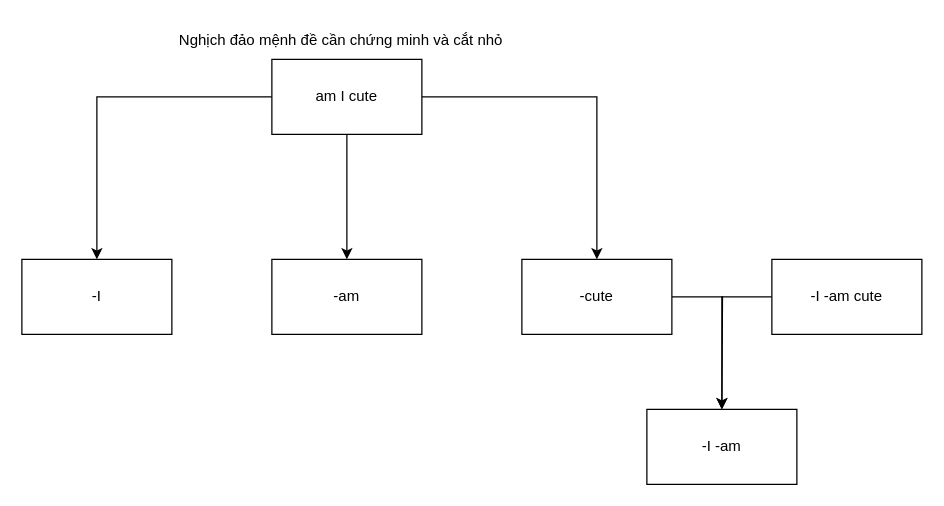
The draw.io diagram rainbow logic.drawio in frozenproof/dactaphanmem, before the edit. Source tidied: cells renumbered, new cells numbered last; positions are measured from the earlier drawing's top-left corner, leaving out a move shared by most shapes. Both pictures are drawn from the tidied source at 125%, with x=0, y=0 at pixel (21, 21).
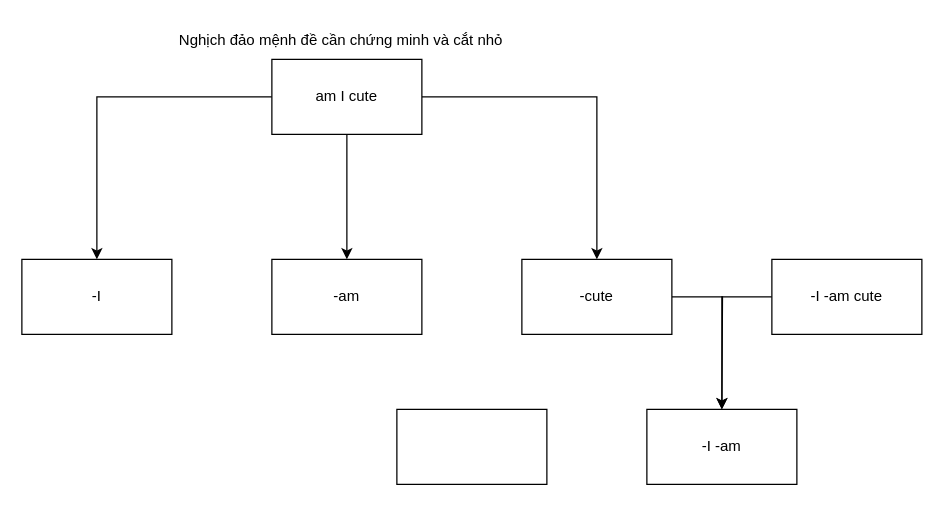
After the change.

Change to the diagram source:
```diff
@@
 <mxGraphModel>
   <root>
     <mxCell id="0" />
     <mxCell id="1" parent="0" />
     <mxCell id="2" style="edgeStyle=orthogonalEdgeStyle;rounded=0;jettySize=auto;html=1;" parent="1" edge="1" source="5" target="11">
       <mxGeometry relative="1" as="geometry" />
     </mxCell>
     <mxCell id="3" style="edgeStyle=orthogonalEdgeStyle;rounded=0;jettySize=auto;html=1;" parent="1" edge="1" source="5" target="8">
       <mxGeometry relative="1" as="geometry" />
     </mxCell>
     <mxCell id="4" style="edgeStyle=orthogonalEdgeStyle;rounded=0;jettySize=auto;html=1;" parent="1" edge="1" source="5" target="10">
       <mxGeometry relative="1" as="geometry" />
     </mxCell>
     <mxCell id="5" value="am I cute" style="rounded=0;whiteSpace=wrap;html=1;" parent="1" vertex="1">
       <mxGeometry x="200" y="30" width="120" height="60" as="geometry" />
     </mxCell>
     <mxCell id="6" style="edgeStyle=orthogonalEdgeStyle;rounded=0;jettySize=auto;html=1;entryX=0.5;entryY=0;entryDx=0;entryDy=0;" parent="1" edge="1" source="7" target="13">
       <mxGeometry relative="1" as="geometry">
         <Array as="points">
           <mxPoint x="560" y="220" />
         </Array>
       </mxGeometry>
     </mxCell>
     <mxCell id="7" value="-I -am cute" style="rounded=0;whiteSpace=wrap;html=1;" parent="1" vertex="1">
       <mxGeometry x="600" y="190" width="120" height="60" as="geometry" />
     </mxCell>
     <mxCell id="8" value="-am" style="rounded=0;whiteSpace=wrap;html=1;" parent="1" vertex="1">
       <mxGeometry x="200" y="190" width="120" height="60" as="geometry" />
     </mxCell>
     <mxCell id="9" style="edgeStyle=orthogonalEdgeStyle;rounded=0;jettySize=auto;html=1;" parent="1" edge="1" source="10">
       <mxGeometry relative="1" as="geometry">
         <mxPoint x="560" y="310" as="targetPoint" />
       </mxGeometry>
     </mxCell>
     <mxCell id="10" value="-cute" style="rounded=0;whiteSpace=wrap;html=1;" parent="1" vertex="1">
       <mxGeometry x="400" y="190" width="120" height="60" as="geometry" />
     </mxCell>
     <mxCell id="11" value="-I" style="rounded=0;whiteSpace=wrap;html=1;" parent="1" vertex="1">
       <mxGeometry y="190" width="120" height="60" as="geometry" />
     </mxCell>
     <mxCell id="12" value="Nghịch đảo mệnh đề cần chứng minh và cắt nhỏ" style="text;html=1;align=center;verticalAlign=middle;strokeColor=none;fillColor=none;" parent="1" vertex="1">
       <mxGeometry x="115" width="280" height="30" as="geometry" />
     </mxCell>
     <mxCell id="13" value="-I -am" style="rounded=0;whiteSpace=wrap;html=1;" parent="1" vertex="1">
       <mxGeometry x="500" y="310" width="120" height="60" as="geometry" />
     </mxCell>
+    <mxCell id="14" style="rounded=0;whiteSpace=wrap;html=1;" parent="1" vertex="1">
+      <mxGeometry x="300" y="310" width="120" height="60" as="geometry" />
+    </mxCell>
   </root>
 </mxGraphModel>
```
